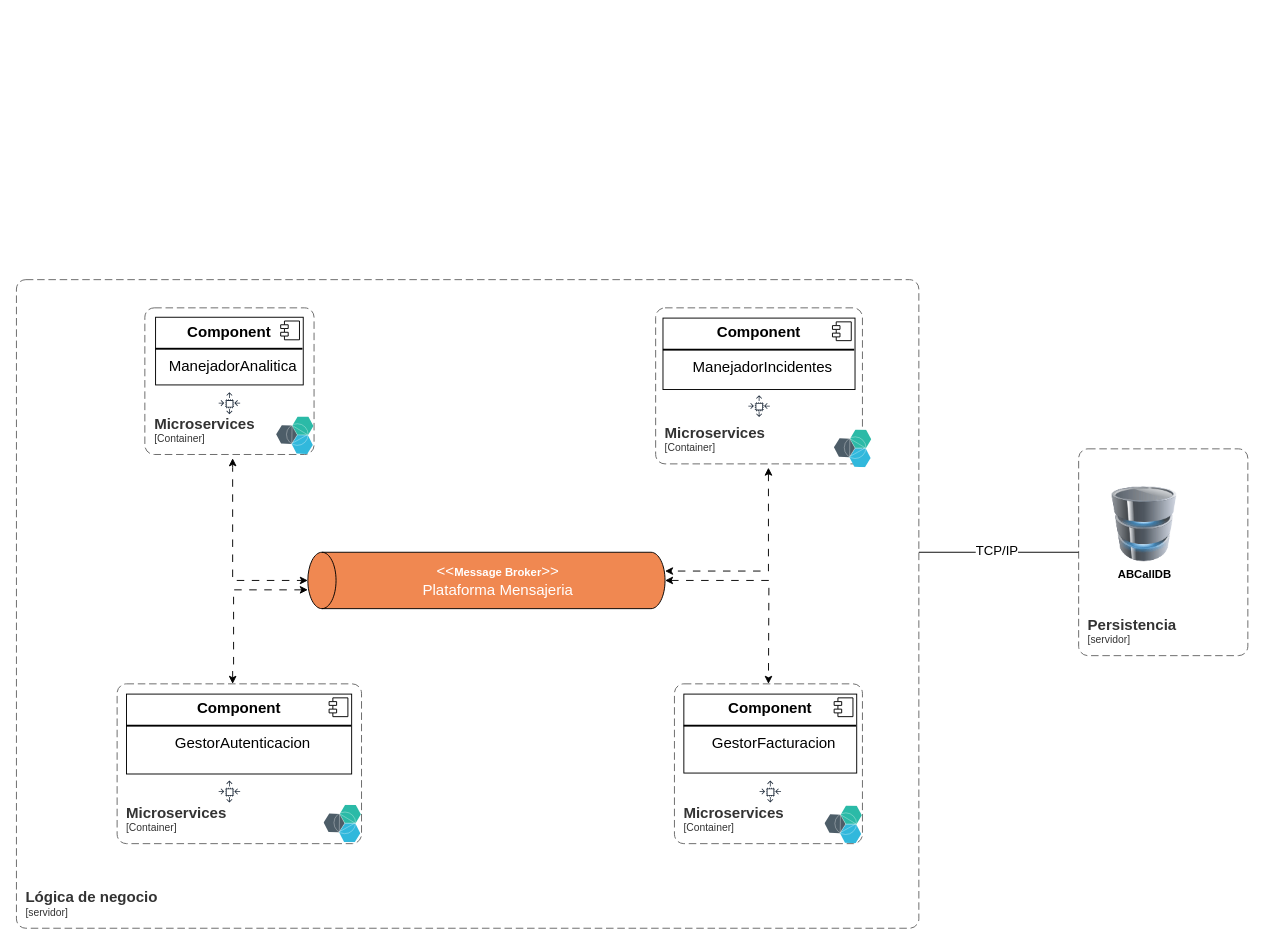
Earlier version of the draw.io diagram page "hu experimento arquitectura abcall asincrono" (8 of 8) of diagramas.drawio (lordmkichavi-andes/MISW4202-202414-Grupo017). Source tidied: cells renumbered, new cells numbered last; positions are measured from the earlier drawing's top-left corner, leaving out a move shared by most shapes. Both pictures are drawn from the tidied source at 94%, with x=0, y=0 at pixel (16, 279).
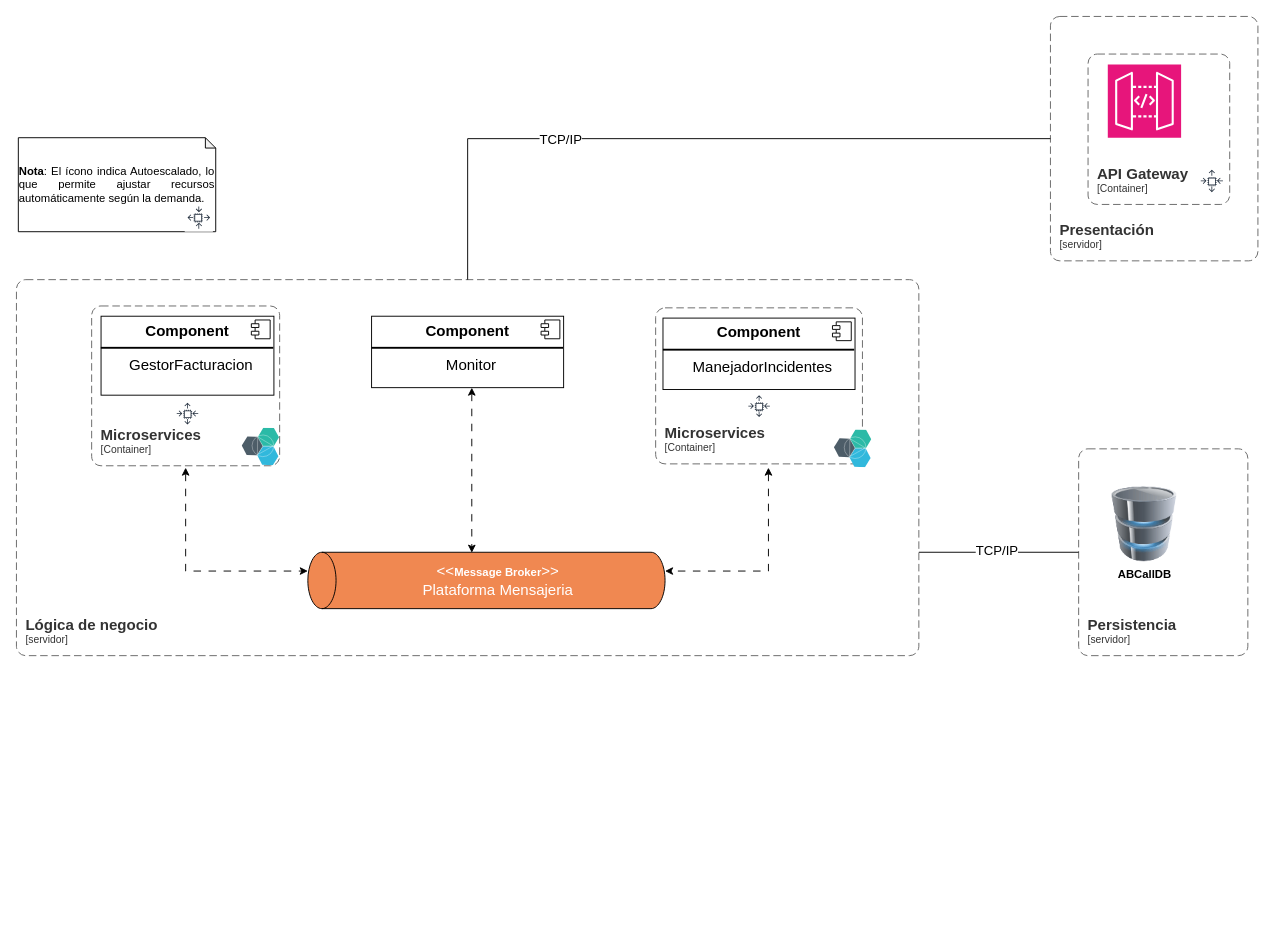
The same page after the edit.

The change refers to these unchanged cells:
```xml
<mxCell id="19" value="&lt;div&gt;&lt;font color=&quot;#ffffff&quot;&gt;&lt;font style=&quot;font-size: 16px;&quot;&gt;&amp;lt;&amp;lt;&lt;/font&gt;&lt;strong style=&quot;background-color: initial;&quot;&gt;Message Broker&lt;/strong&gt;&lt;span style=&quot;font-size: 16px; background-color: initial;&quot;&gt;&amp;gt;&amp;gt;&lt;/span&gt;&lt;/font&gt;&lt;/div&gt;&lt;font color=&quot;#ffffff&quot; style=&quot;font-size: 16px;&quot;&gt;Plataforma Mensajeria&lt;/font&gt;" style="shape=cylinder3;whiteSpace=wrap;html=1;boundedLbl=1;backgroundOutline=1;size=15;direction=north;fillColor=#f08851;strokeColor=#000000;" parent="1" vertex="1">
  <mxGeometry x="310" y="290" width="380" height="60" as="geometry" />
</mxCell>
```

Change to the diagram source:
```diff
@@
     <object id="4" label="&lt;font style=&quot;font-size: 16px&quot;&gt;&lt;b&gt;&lt;div style=&quot;text-align: left&quot;&gt;%c4Name%&lt;/div&gt;&lt;/b&gt;&lt;/font&gt;&lt;div style=&quot;text-align: left&quot;&gt;[%c4Application%]&lt;/div&gt;" c4Application="servidor" c4Name="Lógica de negocio" placeholders="1">
       <mxCell style="rounded=1;fontSize=11;whiteSpace=wrap;html=1;dashed=1;arcSize=20;fillColor=none;strokeColor=#666666;fontColor=#333333;labelBackgroundColor=none;align=left;verticalAlign=bottom;labelBorderColor=none;spacingTop=0;spacing=10;dashPattern=8 4;perimeter=rectanglePerimeter;noLabel=0;labelPadding=0;absoluteArcSize=1;" parent="1" vertex="1">
-        <mxGeometry width="960" height="690" as="geometry" />
+        <mxGeometry width="960" height="400" as="geometry" />
       </mxCell>
     </object>
@@
     <mxCell id="10" value="&lt;p style=&quot;margin: 6px 0px 0px; text-align: center; font-size: 16px;&quot;&gt;&lt;b style=&quot;font-size: 16px;&quot;&gt;Component&lt;/b&gt;&lt;/p&gt;&lt;hr style=&quot;border-style: solid; font-size: 16px;&quot;&gt;&lt;p style=&quot;text-align: center; margin: 0px 0px 0px 8px; font-size: 16px;&quot;&gt;GestorFacturacion&lt;br style=&quot;font-size: 16px;&quot;&gt;&lt;/p&gt;" style="align=left;overflow=fill;html=1;whiteSpace=wrap;fontSize=16;" parent="1" vertex="1">
-      <mxGeometry x="710" y="440.9" width="183.9" height="84" as="geometry" />
+      <mxGeometry x="90" y="38.9" width="183.9" height="84" as="geometry" />
     </mxCell>
@@
-    <mxCell id="12" value="&lt;p style=&quot;margin: 6px 0px 0px; text-align: center; font-size: 16px;&quot;&gt;&lt;b style=&quot;font-size: 16px;&quot;&gt;Component&lt;/b&gt;&lt;/p&gt;&lt;hr style=&quot;border-style: solid; font-size: 16px;&quot;&gt;&lt;p style=&quot;text-align: center; margin: 0px 0px 0px 8px; font-size: 16px;&quot;&gt;&lt;font style=&quot;font-size: 16px;&quot;&gt;GestorAutenticacion&lt;/font&gt;&lt;br style=&quot;font-size: 16px;&quot;&gt;&lt;/p&gt;" style="align=left;overflow=fill;html=1;whiteSpace=wrap;fontSize=16;" parent="1" vertex="1">
-      <mxGeometry x="117.1" y="440.9" width="239.5" height="85" as="geometry" />
-    </mxCell>
-    <mxCell id="13" style="shape=component;jettyWidth=8;jettyHeight=4;fontSize=16;" parent="12" vertex="1">
-      <mxGeometry x="1" width="20" height="20" relative="1" as="geometry">
-        <mxPoint x="-24" y="4" as="offset" />
-      </mxGeometry>
-    </mxCell>
-    <mxCell id="14" style="edgeStyle=orthogonalEdgeStyle;rounded=0;jettySize=auto;html=1;dashed=1;dashPattern=8 8;endArrow=classic;endFill=1;startArrow=classic;startFill=1;" parent="1" edge="1" target="19">
-      <mxGeometry relative="1" as="geometry">
-        <mxPoint x="230" y="190" as="sourcePoint" />
-        <Array as="points">
-          <mxPoint x="230" y="200" />
-          <mxPoint x="230" y="320" />
-        </Array>
-      </mxGeometry>
-    </mxCell>
-    <mxCell id="15" value="&lt;p style=&quot;margin: 6px 0px 0px; text-align: center; font-size: 16px;&quot;&gt;&lt;b style=&quot;font-size: 16px;&quot;&gt;Component&lt;/b&gt;&lt;/p&gt;&lt;hr style=&quot;border-style: solid; font-size: 16px;&quot;&gt;&lt;p style=&quot;text-align: center; margin: 0px 0px 0px 8px; font-size: 16px;&quot;&gt;ManejadorAnalitica&lt;br style=&quot;font-size: 16px;&quot;&gt;&lt;/p&gt;" style="align=left;overflow=fill;html=1;whiteSpace=wrap;fontSize=16;" parent="1" vertex="1">
-      <mxGeometry x="148" y="40" width="157.1" height="72" as="geometry" />
-    </mxCell>
-    <mxCell id="16" style="shape=component;jettyWidth=8;jettyHeight=4;fontSize=16;" parent="15" vertex="1">
-      <mxGeometry x="1" width="20" height="20" relative="1" as="geometry">
-        <mxPoint x="-24" y="4" as="offset" />
-      </mxGeometry>
-    </mxCell>
-    <mxCell id="17" style="edgeStyle=orthogonalEdgeStyle;rounded=0;jettySize=auto;html=1;dashed=1;dashPattern=8 8;startArrow=classic;startFill=1;" parent="1" edge="1" source="19">
-      <mxGeometry relative="1" as="geometry">
-        <mxPoint x="230" y="430" as="targetPoint" />
-        <Array as="points">
-          <mxPoint x="231" y="330" />
-          <mxPoint x="231" y="410" />
-        </Array>
-      </mxGeometry>
-    </mxCell>
-    <mxCell id="18" style="edgeStyle=orthogonalEdgeStyle;rounded=0;jettySize=auto;html=1;startArrow=classic;startFill=1;dashed=1;dashPattern=8 8;" parent="1" edge="1" source="19">
+    <mxCell id="18" style="edgeStyle=orthogonalEdgeStyle;rounded=0;orthogonalLoop=1;jettySize=auto;html=1;startArrow=classic;startFill=1;dashed=1;dashPattern=8 8;" parent="1" edge="1">
       <mxGeometry relative="1" as="geometry">
-        <mxPoint x="800" y="430" as="targetPoint" />
+        <mxPoint x="180" y="200" as="sourcePoint" />
+        <mxPoint x="310" y="310" as="targetPoint" />
+        <Array as="points">
+          <mxPoint x="180" y="310" />
+        </Array>
       </mxGeometry>
     </mxCell>
@@
     <object id="20" label="&lt;font style=&quot;font-size: 16px&quot;&gt;&lt;b&gt;&lt;div style=&quot;text-align: left&quot;&gt;%c4Name%&lt;/div&gt;&lt;/b&gt;&lt;/font&gt;&lt;div style=&quot;text-align: left&quot;&gt;[%c4Application%]&lt;/div&gt;" c4Application="Container" c4Name="Microservices" placeholders="1">
       <mxCell style="rounded=1;fontSize=11;whiteSpace=wrap;html=1;dashed=1;arcSize=20;fillColor=none;strokeColor=#666666;fontColor=#333333;labelBackgroundColor=none;align=left;verticalAlign=bottom;labelBorderColor=none;spacingTop=0;spacing=10;dashPattern=8 4;perimeter=rectanglePerimeter;noLabel=0;labelPadding=0;absoluteArcSize=1;" parent="1" vertex="1">
-        <mxGeometry x="700" y="430" width="200" height="170" as="geometry" />
+        <mxGeometry x="80" y="28" width="200" height="170" as="geometry" />
       </mxCell>
     </object>
@@
-    <object id="22" label="&lt;font style=&quot;font-size: 16px&quot;&gt;&lt;b&gt;&lt;div style=&quot;text-align: left&quot;&gt;%c4Name%&lt;/div&gt;&lt;/b&gt;&lt;/font&gt;&lt;div style=&quot;text-align: left&quot;&gt;[%c4Application%]&lt;/div&gt;" c4Application="Container" c4Name="Microservices" placeholders="1">
-      <mxCell style="rounded=1;fontSize=11;whiteSpace=wrap;html=1;dashed=1;arcSize=20;fillColor=none;strokeColor=#666666;fontColor=#333333;labelBackgroundColor=none;align=left;verticalAlign=bottom;labelBorderColor=none;spacingTop=0;spacing=10;dashPattern=8 4;perimeter=rectanglePerimeter;noLabel=0;labelPadding=0;absoluteArcSize=1;" parent="1" vertex="1">
-        <mxGeometry x="136.6" y="30" width="180" height="156" as="geometry" />
-      </mxCell>
-    </object>
-    <mxCell id="23" style="image;perimeter=ellipsePerimeter;html=1;align=center;shadow=0;dashed=0;fontColor=#4277BB;labelBackgroundColor=default;fontSize=12;spacingTop=3;image=img/lib/ibm/miscellaneous/microservices_application.svg;" parent="1" vertex="1">
-      <mxGeometry x="276.6" y="146" width="40" height="40" as="geometry" />
-    </mxCell>
@@
     <mxCell id="25" style="image;perimeter=ellipsePerimeter;html=1;align=center;shadow=0;dashed=0;fontColor=#4277BB;labelBackgroundColor=default;fontSize=12;spacingTop=3;image=img/lib/ibm/miscellaneous/microservices_application.svg;" parent="1" vertex="1">
-      <mxGeometry x="860" y="560" width="40" height="40" as="geometry" />
+      <mxGeometry x="240" y="158" width="40" height="40" as="geometry" />
     </mxCell>
-    <object id="26" label="&lt;font style=&quot;font-size: 16px&quot;&gt;&lt;b&gt;&lt;div style=&quot;text-align: left&quot;&gt;%c4Name%&lt;/div&gt;&lt;/b&gt;&lt;/font&gt;&lt;div style=&quot;text-align: left&quot;&gt;[%c4Application%]&lt;/div&gt;" c4Application="Container" c4Name="Microservices" placeholders="1">
-      <mxCell style="rounded=1;fontSize=11;whiteSpace=wrap;html=1;dashed=1;arcSize=20;fillColor=none;strokeColor=#666666;fontColor=#333333;labelBackgroundColor=none;align=left;verticalAlign=bottom;labelBorderColor=none;spacingTop=0;spacing=10;dashPattern=8 4;perimeter=rectanglePerimeter;noLabel=0;labelPadding=0;absoluteArcSize=1;" parent="1" vertex="1">
-        <mxGeometry x="107.1" y="430" width="260" height="170" as="geometry" />
-      </mxCell>
-    </object>
-    <mxCell id="27" style="image;perimeter=ellipsePerimeter;html=1;align=center;shadow=0;dashed=0;fontColor=#4277BB;labelBackgroundColor=default;fontSize=12;spacingTop=3;image=img/lib/ibm/miscellaneous/microservices_application.svg;" parent="1" vertex="1">
-      <mxGeometry x="327.1" y="559.1" width="40" height="40" as="geometry" />
-    </mxCell>
-    <mxCell id="28" style="sketch=0;fontColor=#232F3E;gradientColor=none;strokeColor=#232F3E;fillColor=#ffffff;dashed=0;verticalLabelPosition=bottom;verticalAlign=top;align=center;html=1;fontSize=12;fontStyle=0;shape=mxgraph.aws4.resourceIcon;resIcon=mxgraph.aws4.auto_scaling;" parent="1" vertex="1">
-      <mxGeometry x="212" y="116.9" width="29.1" height="29.1" as="geometry" />
-    </mxCell>
@@
-    <mxCell id="30" style="sketch=0;fontColor=#232F3E;gradientColor=none;strokeColor=#232F3E;fillColor=#ffffff;dashed=0;verticalLabelPosition=bottom;verticalAlign=top;align=center;html=1;fontSize=12;fontStyle=0;shape=mxgraph.aws4.resourceIcon;resIcon=mxgraph.aws4.auto_scaling;" parent="1" vertex="1">
-      <mxGeometry x="212" y="530" width="29.1" height="29.1" as="geometry" />
-    </mxCell>
     <mxCell id="31" style="sketch=0;fontColor=#232F3E;gradientColor=none;strokeColor=#232F3E;fillColor=#ffffff;dashed=0;verticalLabelPosition=bottom;verticalAlign=top;align=center;html=1;fontSize=12;fontStyle=0;shape=mxgraph.aws4.resourceIcon;resIcon=mxgraph.aws4.auto_scaling;" parent="1" vertex="1">
-      <mxGeometry x="787.4" y="530" width="29.1" height="29.1" as="geometry" />
+      <mxGeometry x="167.4" y="128" width="29.1" height="29.1" as="geometry" />
     </mxCell>
+    <object id="32" label="&lt;font style=&quot;font-size: 16px&quot;&gt;&lt;b&gt;&lt;div style=&quot;text-align: left&quot;&gt;%c4Name%&lt;/div&gt;&lt;/b&gt;&lt;/font&gt;&lt;div style=&quot;text-align: left&quot;&gt;[%c4Application%]&lt;/div&gt;" c4Application="servidor" c4Name="Presentación" placeholders="1">
+      <mxCell style="rounded=1;fontSize=11;whiteSpace=wrap;html=1;dashed=1;arcSize=20;fillColor=none;strokeColor=#666666;fontColor=#333333;labelBackgroundColor=none;align=left;verticalAlign=bottom;labelBorderColor=none;spacingTop=0;spacing=10;dashPattern=8 4;perimeter=rectanglePerimeter;noLabel=0;labelPadding=0;absoluteArcSize=1;" parent="1" vertex="1">
+        <mxGeometry x="1100" y="-280" width="220.7" height="260" as="geometry" />
+      </mxCell>
+    </object>
+    <object id="33" label="&lt;font style=&quot;font-size: 16px&quot;&gt;&lt;b&gt;&lt;div style=&quot;text-align: left&quot;&gt;%c4Name%&lt;/div&gt;&lt;/b&gt;&lt;/font&gt;&lt;div style=&quot;text-align: left&quot;&gt;[%c4Application%]&lt;/div&gt;" c4Application="Container" c4Name="API Gateway" placeholders="1">
+      <mxCell style="rounded=1;fontSize=11;whiteSpace=wrap;html=1;dashed=1;arcSize=20;fillColor=none;strokeColor=#666666;fontColor=#333333;labelBackgroundColor=none;align=left;verticalAlign=bottom;labelBorderColor=none;spacingTop=0;spacing=10;dashPattern=8 4;perimeter=rectanglePerimeter;noLabel=0;labelPadding=0;absoluteArcSize=1;" parent="1" vertex="1">
+        <mxGeometry x="1140" y="-240" width="150.7" height="160" as="geometry" />
+      </mxCell>
+    </object>
+    <mxCell id="34" style="sketch=0;fontColor=#232F3E;fillColor=#E7157B;strokeColor=#ffffff;dashed=0;verticalLabelPosition=bottom;verticalAlign=top;align=center;html=1;fontSize=12;fontStyle=0;shape=mxgraph.aws4.resourceIcon;resIcon=mxgraph.aws4.api_gateway;" parent="1" vertex="1">
+      <mxGeometry x="1161" y="-229" width="78" height="78" as="geometry" />
+    </mxCell>
+    <mxCell id="35" style="sketch=0;fontColor=#232F3E;gradientColor=none;strokeColor=#232F3E;fillColor=#ffffff;dashed=0;verticalLabelPosition=bottom;verticalAlign=top;align=center;html=1;fontSize=12;fontStyle=0;shape=mxgraph.aws4.resourceIcon;resIcon=mxgraph.aws4.auto_scaling;" parent="1" vertex="1">
+      <mxGeometry x="1256.7" y="-120" width="30" height="30" as="geometry" />
+    </mxCell>
+    <mxCell id="36" style="endArrow=none;html=1;rounded=0;" parent="1" edge="1">
+      <mxGeometry relative="1" as="geometry">
+        <mxPoint x="480" as="sourcePoint" />
+        <mxPoint x="1100" y="-150" as="targetPoint" />
+        <Array as="points">
+          <mxPoint x="480" y="-150" />
+        </Array>
+      </mxGeometry>
+    </mxCell>
+    <mxCell id="37" style="edgeLabel;html=1;align=center;verticalAlign=middle;" parent="36" vertex="1">
+      <mxGeometry x="-0.12" y="-1" relative="1" as="geometry" />
+    </mxCell>
+    <mxCell id="38" value="&lt;span style=&quot;font-size: 14px;&quot;&gt;TCP/IP&lt;/span&gt;" style="edgeLabel;html=1;align=center;verticalAlign=middle;" parent="36" vertex="1">
+      <mxGeometry x="-0.12" y="3" relative="1" as="geometry">
+        <mxPoint x="-91" y="3" as="offset" />
+      </mxGeometry>
+    </mxCell>
+    <mxCell id="39" value="&lt;div style=&quot;text-align: justify;&quot;&gt;&lt;b style=&quot;background-color: initial;&quot;&gt;Nota&lt;/b&gt;&lt;span style=&quot;background-color: initial;&quot;&gt;: El ícono indica Autoescalado, lo que permite ajustar recursos automáticamente según la demanda.&lt;/span&gt;&lt;/div&gt;" style="shape=note;whiteSpace=wrap;html=1;backgroundOutline=1;darkOpacity=0.05;size=11;" parent="1" vertex="1">
+      <mxGeometry x="2" y="-151" width="210" height="100" as="geometry" />
+    </mxCell>
+    <mxCell id="40" style="sketch=0;fontColor=#232F3E;gradientColor=none;strokeColor=#232F3E;fillColor=#ffffff;dashed=0;verticalLabelPosition=bottom;verticalAlign=top;align=center;html=1;fontSize=12;fontStyle=0;shape=mxgraph.aws4.resourceIcon;resIcon=mxgraph.aws4.auto_scaling;direction=south;" parent="1" vertex="1">
+      <mxGeometry x="179" y="-81" width="30" height="30" as="geometry" />
+    </mxCell>
+    <mxCell id="41" value="&lt;p style=&quot;margin: 6px 0px 0px; text-align: center; font-size: 16px;&quot;&gt;&lt;b style=&quot;font-size: 16px;&quot;&gt;&lt;font style=&quot;font-size: 16px;&quot;&gt;Component&lt;/font&gt;&lt;/b&gt;&lt;/p&gt;&lt;hr style=&quot;border-style: solid; font-size: 16px;&quot;&gt;&lt;p style=&quot;text-align: center; margin: 0px 0px 0px 8px; font-size: 16px;&quot;&gt;&lt;font style=&quot;font-size: 16px;&quot;&gt;Monitor&lt;/font&gt;&lt;br style=&quot;font-size: 16px;&quot;&gt;&lt;/p&gt;" style="align=left;overflow=fill;html=1;whiteSpace=wrap;fontSize=16;" parent="1" vertex="1">
+      <mxGeometry x="377.8" y="38.9" width="204.3" height="76" as="geometry" />
+    </mxCell>
+    <mxCell id="42" style="shape=component;jettyWidth=8;jettyHeight=4;fontSize=16;" parent="41" vertex="1">
+      <mxGeometry x="1" width="20" height="20" relative="1" as="geometry">
+        <mxPoint x="-24" y="4" as="offset" />
+      </mxGeometry>
+    </mxCell>
+    <mxCell id="43" style="edgeStyle=orthogonalEdgeStyle;rounded=0;jettySize=auto;html=1;dashed=1;dashPattern=8 8;startArrow=classic;startFill=1;entryX=0.992;entryY=0.459;entryDx=0;entryDy=0;entryPerimeter=0;" parent="1" edge="1" source="41" target="19">
+      <mxGeometry relative="1" as="geometry">
+        <Array as="points">
+          <mxPoint x="484" y="250" />
+        </Array>
+      </mxGeometry>
+    </mxCell>
```
